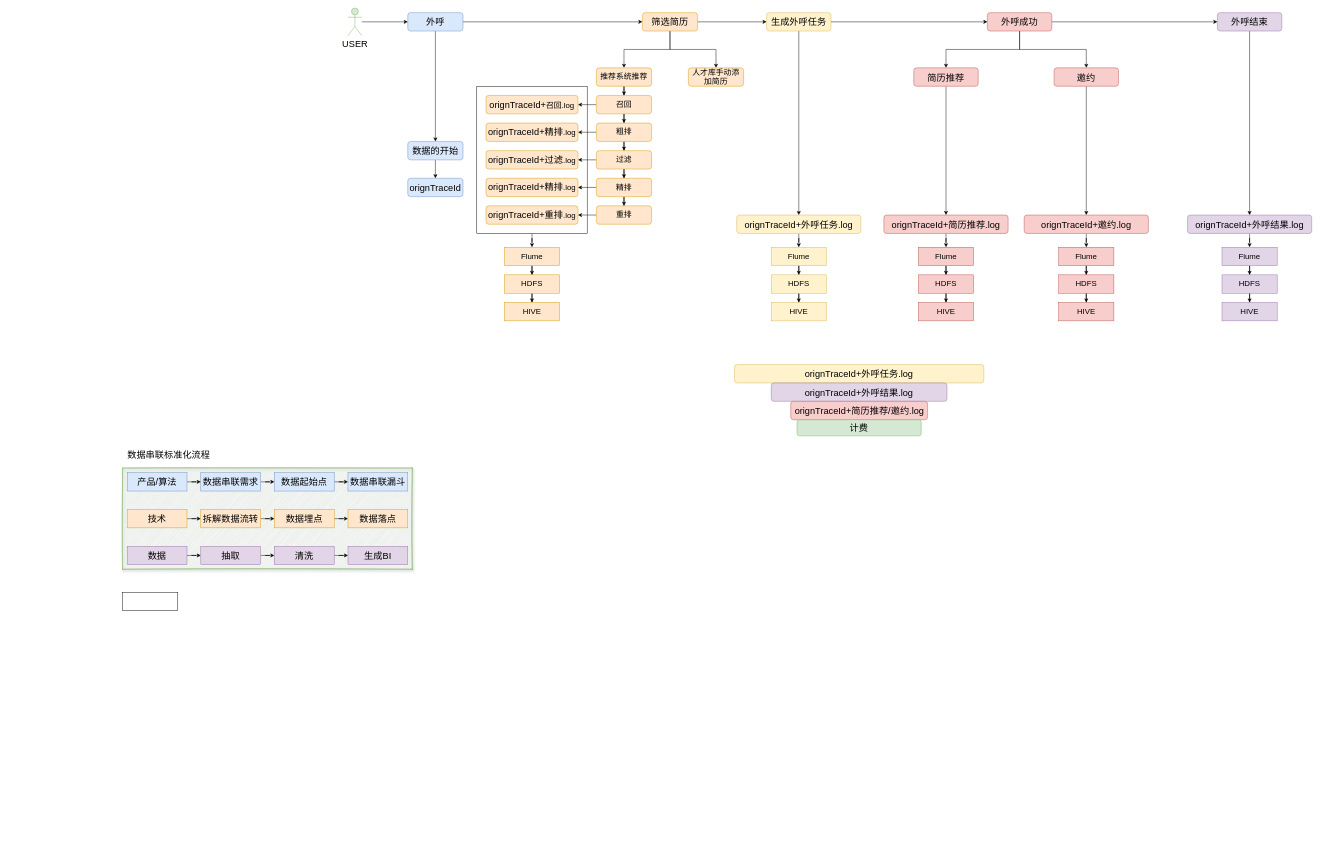
The draw.io diagram 数据串联.drawio in LuOyEbY/draw-b, before the edit. Source tidied: cells renumbered, new cells numbered last; positions are measured from the earlier drawing's top-left corner, leaving out a move shared by most shapes. Both pictures are drawn from the tidied source at 46%, with x=0, y=0 at pixel (122, 8).
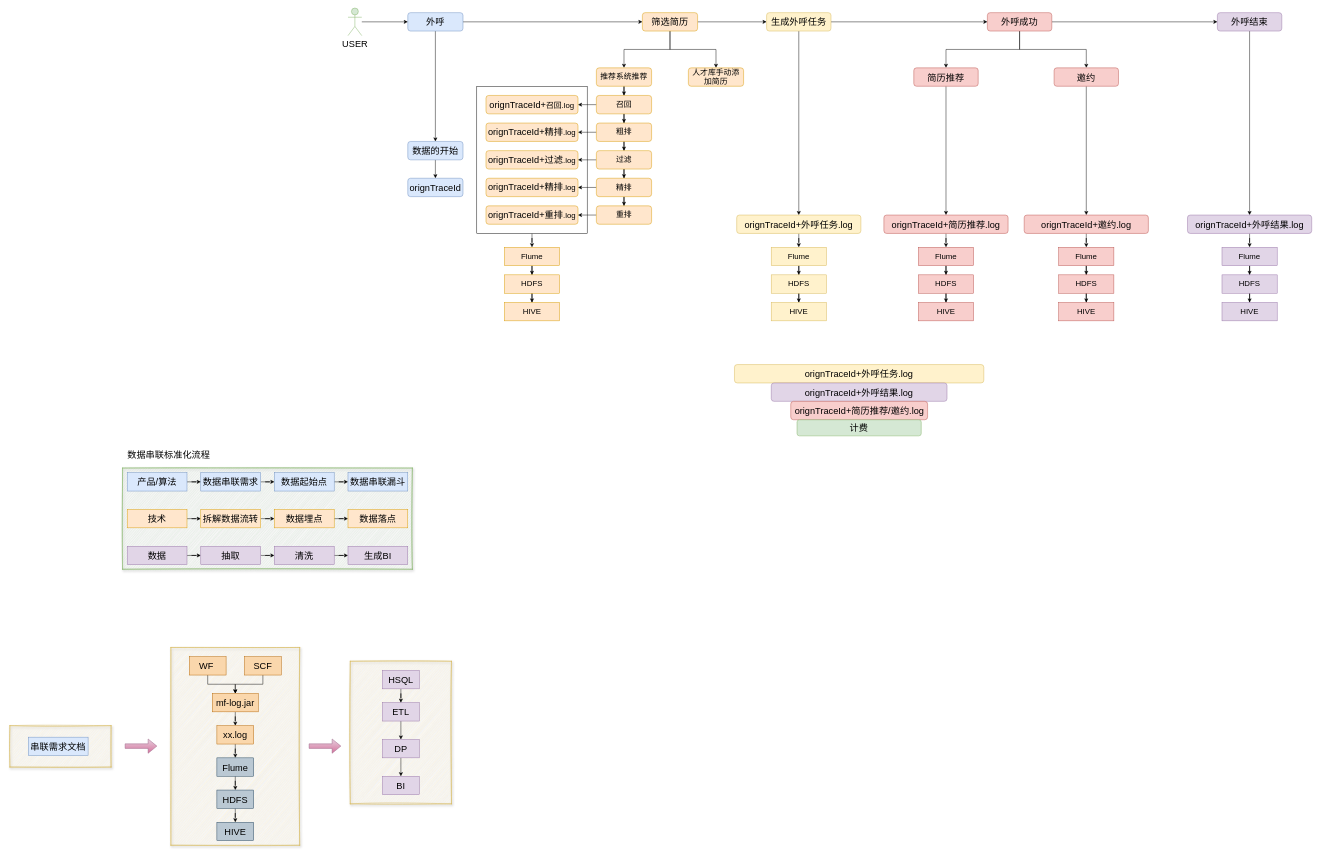
The same page after the edit.

Commit message:
更新数据串联.drawio

Change to the diagram source:
```diff
@@
+    <mxCell id="112" style="rounded=0;whiteSpace=wrap;html=1;shadow=1;glass=0;sketch=1;fontSize=20;fillColor=#fff2cc;strokeColor=#d6b656;" parent="1" vertex="1">
+      <mxGeometry x="105" y="1390" width="280" height="430" as="geometry" />
+    </mxCell>
@@
+    <mxCell id="113" style="edgeStyle=orthogonalEdgeStyle;rounded=0;jettySize=auto;html=1;entryX=0.5;entryY=0;entryDx=0;entryDy=0;fontSize=20;" parent="1" edge="1" source="111" target="117">
+      <mxGeometry relative="1" as="geometry" />
+    </mxCell>
-    <mxCell id="111" style="rounded=0;whiteSpace=wrap;html=1;shadow=0;glass=0;sketch=0;fontSize=20;" parent="1" vertex="1">
-      <mxGeometry y="1270" width="120" height="40" as="geometry" />
+    <mxCell id="111" value="WF&amp;nbsp;" style="rounded=0;whiteSpace=wrap;html=1;shadow=0;glass=0;sketch=0;fontSize=20;fillColor=#fad7ac;strokeColor=#b46504;" parent="1" vertex="1">
+      <mxGeometry x="145" y="1410" width="80" height="40" as="geometry" />
     </mxCell>
+    <mxCell id="114" style="edgeStyle=orthogonalEdgeStyle;rounded=0;jettySize=auto;html=1;entryX=0.5;entryY=0;entryDx=0;entryDy=0;fontSize=20;" parent="1" edge="1" source="115" target="117">
+      <mxGeometry relative="1" as="geometry" />
+    </mxCell>
+    <mxCell id="115" value="SCF" style="rounded=0;whiteSpace=wrap;html=1;shadow=0;glass=0;sketch=0;fontSize=20;fillColor=#fad7ac;strokeColor=#b46504;" parent="1" vertex="1">
+      <mxGeometry x="265" y="1410" width="80" height="40" as="geometry" />
+    </mxCell>
+    <mxCell id="116" style="edgeStyle=orthogonalEdgeStyle;rounded=0;jettySize=auto;html=1;fontSize=20;" parent="1" edge="1" source="117" target="119">
+      <mxGeometry relative="1" as="geometry" />
+    </mxCell>
+    <mxCell id="117" value="mf-log.jar" style="rounded=0;whiteSpace=wrap;html=1;shadow=0;glass=0;sketch=0;fontSize=20;fillColor=#fad7ac;strokeColor=#b46504;" parent="1" vertex="1">
+      <mxGeometry x="195" y="1490" width="100" height="40" as="geometry" />
+    </mxCell>
+    <mxCell id="118" style="edgeStyle=orthogonalEdgeStyle;rounded=0;jettySize=auto;html=1;fontSize=20;" parent="1" edge="1" source="119" target="121">
+      <mxGeometry relative="1" as="geometry" />
+    </mxCell>
+    <mxCell id="119" value="xx.log" style="rounded=0;whiteSpace=wrap;html=1;shadow=0;glass=0;sketch=0;fontSize=20;fillColor=#fad7ac;strokeColor=#b46504;" parent="1" vertex="1">
+      <mxGeometry x="205" y="1560" width="80" height="40" as="geometry" />
+    </mxCell>
+    <mxCell id="120" style="edgeStyle=orthogonalEdgeStyle;rounded=0;jettySize=auto;html=1;fontSize=20;" parent="1" edge="1" source="121" target="123">
+      <mxGeometry relative="1" as="geometry" />
+    </mxCell>
+    <mxCell id="121" value="Flume" style="rounded=0;whiteSpace=wrap;html=1;shadow=0;glass=0;sketch=0;fontSize=20;fillColor=#bac8d3;strokeColor=#23445d;" parent="1" vertex="1">
+      <mxGeometry x="205" y="1630" width="80" height="40" as="geometry" />
+    </mxCell>
+    <mxCell id="122" style="edgeStyle=orthogonalEdgeStyle;rounded=0;jettySize=auto;html=1;fontSize=20;" parent="1" edge="1" source="123" target="124">
+      <mxGeometry relative="1" as="geometry" />
+    </mxCell>
+    <mxCell id="123" value="HDFS" style="rounded=0;whiteSpace=wrap;html=1;shadow=0;glass=0;sketch=0;fontSize=20;fillColor=#bac8d3;strokeColor=#23445d;" parent="1" vertex="1">
+      <mxGeometry x="205" y="1700" width="80" height="40" as="geometry" />
+    </mxCell>
+    <mxCell id="124" value="HIVE" style="rounded=0;whiteSpace=wrap;html=1;shadow=0;glass=0;sketch=0;fontSize=20;fillColor=#bac8d3;strokeColor=#23445d;" parent="1" vertex="1">
+      <mxGeometry x="205" y="1770" width="80" height="40" as="geometry" />
+    </mxCell>
+    <mxCell id="125" style="shape=flexArrow;endArrow=classic;html=1;rounded=0;fontSize=20;fillColor=#e6d0de;gradientColor=#d5739d;strokeColor=#996185;" parent="1" edge="1">
+      <mxGeometry relative="1" as="geometry">
+        <mxPoint x="405" y="1604.5" as="sourcePoint" />
+        <mxPoint x="475" y="1604.5" as="targetPoint" />
+      </mxGeometry>
+    </mxCell>
+    <mxCell id="126" style="rounded=0;whiteSpace=wrap;html=1;shadow=1;glass=0;sketch=1;fontSize=20;fillColor=#fff2cc;strokeColor=#d6b656;" parent="1" vertex="1">
+      <mxGeometry x="495" y="1420" width="220" height="310" as="geometry" />
+    </mxCell>
+    <mxCell id="127" style="edgeStyle=orthogonalEdgeStyle;rounded=0;jettySize=auto;html=1;fontSize=20;" parent="1" edge="1" source="128" target="130">
+      <mxGeometry relative="1" as="geometry" />
+    </mxCell>
+    <mxCell id="128" value="ETL" style="rounded=0;whiteSpace=wrap;html=1;shadow=0;glass=0;sketch=0;fontSize=20;fillColor=#e1d5e7;strokeColor=#9673a6;" parent="1" vertex="1">
+      <mxGeometry x="565" y="1510" width="80" height="40" as="geometry" />
+    </mxCell>
+    <mxCell id="129" style="edgeStyle=orthogonalEdgeStyle;rounded=0;jettySize=auto;html=1;fontSize=20;" parent="1" edge="1" source="130" target="131">
+      <mxGeometry relative="1" as="geometry" />
+    </mxCell>
+    <mxCell id="130" value="DP" style="rounded=0;whiteSpace=wrap;html=1;shadow=0;glass=0;sketch=0;fontSize=20;fillColor=#e1d5e7;strokeColor=#9673a6;" parent="1" vertex="1">
+      <mxGeometry x="565" y="1590" width="80" height="40" as="geometry" />
+    </mxCell>
+    <mxCell id="131" value="BI" style="rounded=0;whiteSpace=wrap;html=1;shadow=0;glass=0;sketch=0;fontSize=20;fillColor=#e1d5e7;strokeColor=#9673a6;" parent="1" vertex="1">
+      <mxGeometry x="565" y="1670" width="80" height="40" as="geometry" />
+    </mxCell>
+    <mxCell id="132" style="edgeStyle=orthogonalEdgeStyle;rounded=0;jettySize=auto;html=1;entryX=0.5;entryY=0;entryDx=0;entryDy=0;fontSize=20;" parent="1" edge="1" source="133" target="128">
+      <mxGeometry relative="1" as="geometry" />
+    </mxCell>
+    <mxCell id="133" value="HSQL" style="rounded=0;whiteSpace=wrap;html=1;shadow=0;glass=0;sketch=0;fontSize=20;fillColor=#e1d5e7;strokeColor=#9673a6;" parent="1" vertex="1">
+      <mxGeometry x="565" y="1440" width="80" height="40" as="geometry" />
+    </mxCell>
+    <mxCell id="134" style="rounded=0;whiteSpace=wrap;html=1;shadow=1;glass=0;sketch=1;fontSize=20;fillColor=#fff2cc;strokeColor=#d6b656;" parent="1" vertex="1">
+      <mxGeometry x="-245" y="1560" width="220" height="90" as="geometry" />
+    </mxCell>
+    <mxCell id="135" style="shape=flexArrow;endArrow=classic;html=1;rounded=0;fontSize=20;fillColor=#e6d0de;gradientColor=#d5739d;strokeColor=#996185;" parent="1" edge="1">
+      <mxGeometry relative="1" as="geometry">
+        <mxPoint x="5" y="1604.5" as="sourcePoint" />
+        <mxPoint x="75" y="1604.5" as="targetPoint" />
+      </mxGeometry>
+    </mxCell>
+    <mxCell id="136" value="串联需求文档" style="rounded=0;whiteSpace=wrap;html=1;fontSize=20;fillColor=#dae8fc;strokeColor=#6c8ebf;" parent="1" vertex="1">
+      <mxGeometry x="-205" y="1585" width="130" height="40" as="geometry" />
+    </mxCell>
```
